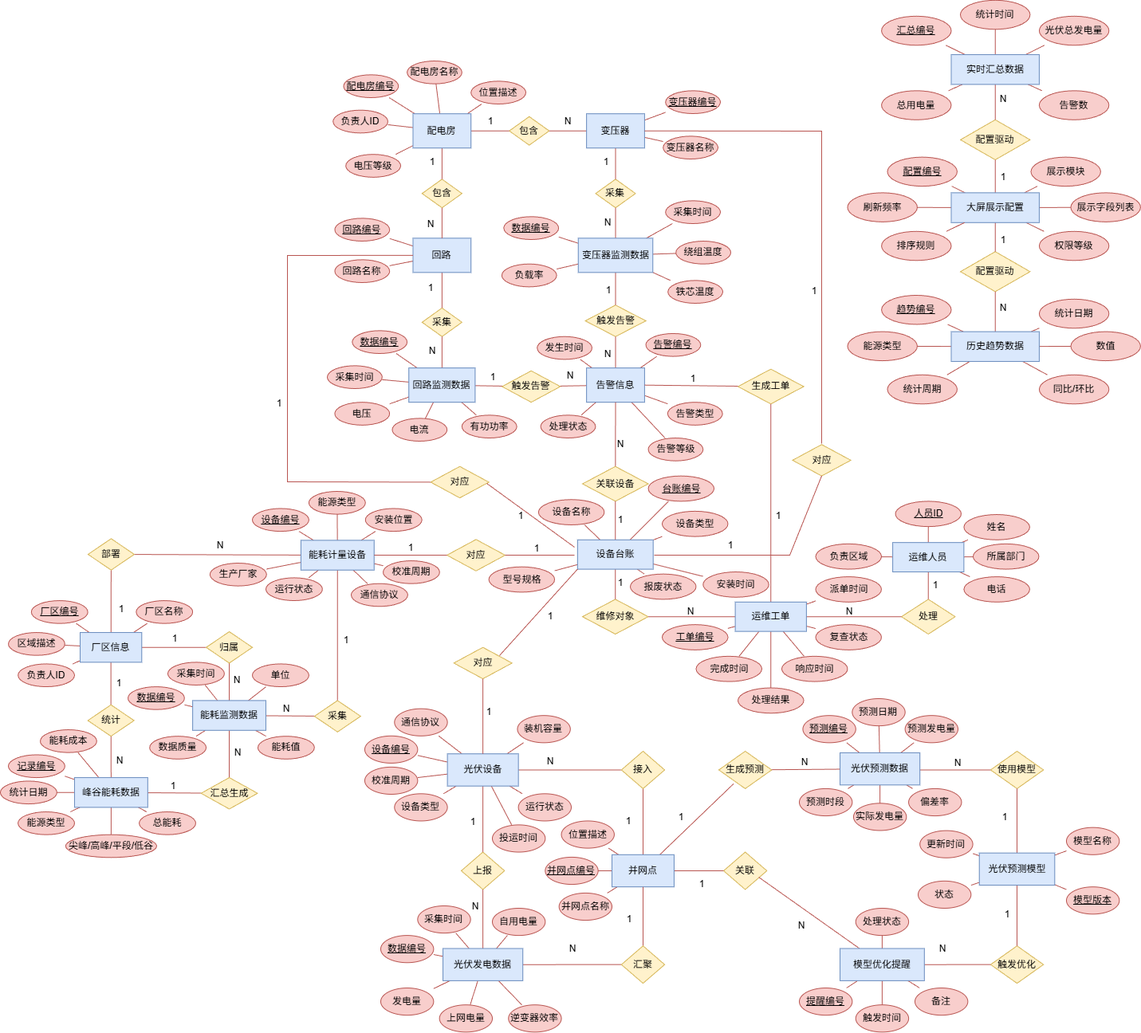
Earlier version of the draw.io export 局部、全局ER图、UML类图/全局ER图.png (Instuel/2025-BFU-SQL). Source tidied: cells renumbered, new cells last; positions are measured from the earlier drawing's top-left corner, leaving out a move shared by most shapes.
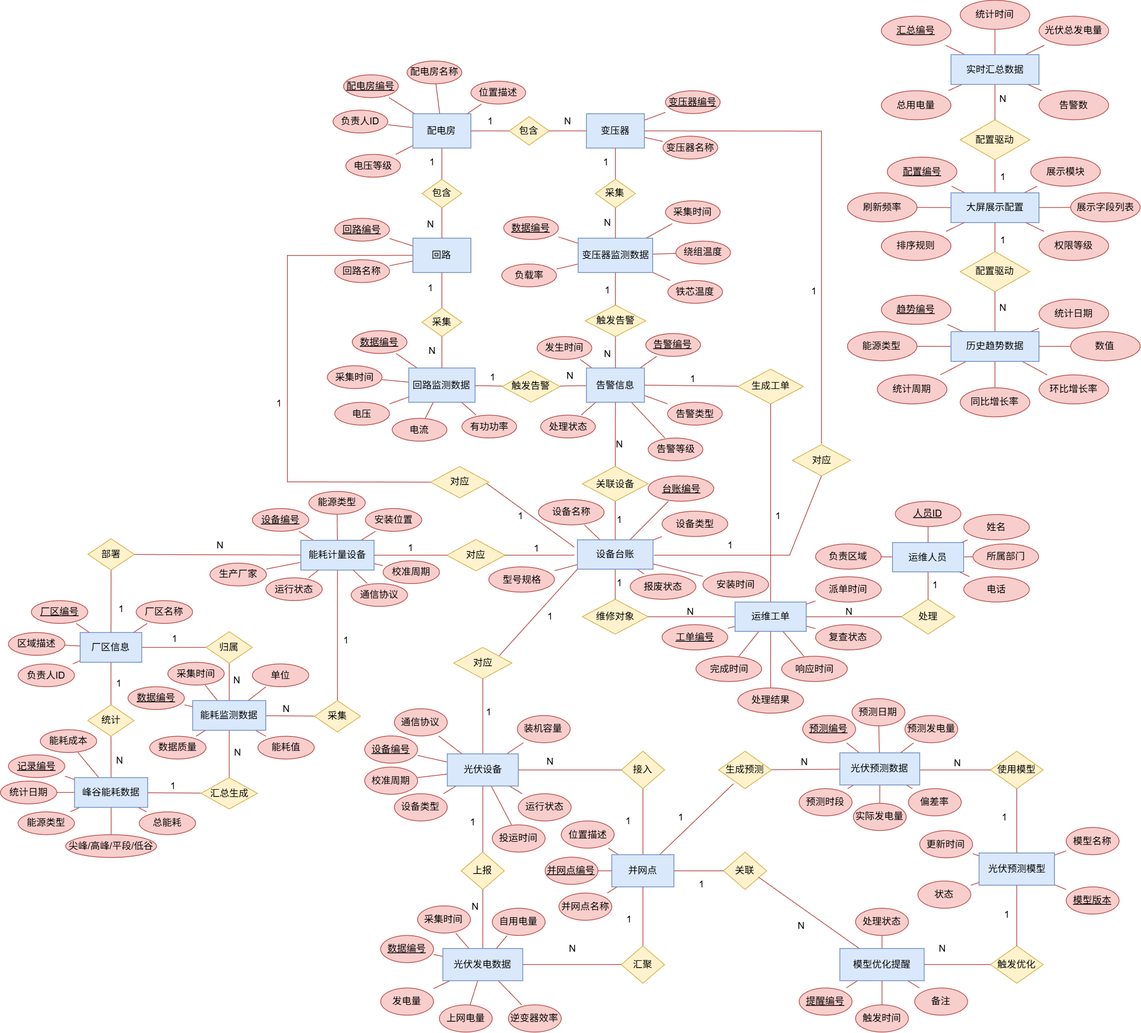
The same file after the commit.

Change to the diagram source:
```diff
@@ -1010,7 +1010,7 @@
       <mxGeometry x="244.7" y="686.2" width="70" height="22" as="geometry" />
     </mxCell>
     <mxCell id="335" style="group;" parent="2" vertex="1">
-      <mxGeometry x="652.5" y="-76.2" width="367.4" height="506.5" as="geometry" />
+      <mxGeometry x="652.5" y="-76.2" width="367.4" height="522.7" as="geometry" />
     </mxCell>
     <mxCell id="336" value="配置驱动" style="shape=rhombus;whiteSpace=wrap;html=1;align=center;verticalAlign=middle;fillColor=#fff2cc;strokeColor=#d6b656;" parent="335" vertex="1">
       <mxGeometry x="141.5" y="150" width="87.4" height="50.2" as="geometry" />
@@ -1055,7 +1055,7 @@
       <mxGeometry y="415.8" width="87.4" height="36.5" as="geometry" />
     </mxCell>
     <mxCell id="350" value="统计周期" style="shape=ellipse;whiteSpace=wrap;html=1;align=center;verticalAlign=middle;fillColor=#f8cecc;strokeColor=#b85450;" parent="335" vertex="1">
-      <mxGeometry x="50" y="470" width="87.4" height="36.5" as="geometry" />
+      <mxGeometry x="37.5" y="470" width="87.4" height="36.5" as="geometry" />
     </mxCell>
     <mxCell id="351" value="统计日期" style="shape=ellipse;whiteSpace=wrap;html=1;align=center;verticalAlign=middle;fillColor=#f8cecc;strokeColor=#b85450;" parent="335" vertex="1">
       <mxGeometry x="240.4" y="375" width="87.4" height="36.5" as="geometry" />
@@ -1063,7 +1063,7 @@
     <mxCell id="352" value="数值" style="shape=ellipse;whiteSpace=wrap;html=1;align=center;verticalAlign=middle;fillColor=#f8cecc;strokeColor=#b85450;" parent="335" vertex="1">
       <mxGeometry x="280" y="415.8" width="87.4" height="36.5" as="geometry" />
     </mxCell>
-    <mxCell id="353" value="同比/环比" style="shape=ellipse;whiteSpace=wrap;html=1;align=center;verticalAlign=middle;fillColor=#f8cecc;strokeColor=#b85450;" parent="335" vertex="1">
+    <mxCell id="353" value="环比增长率" style="shape=ellipse;whiteSpace=wrap;html=1;align=center;verticalAlign=middle;fillColor=#f8cecc;strokeColor=#b85450;" parent="335" vertex="1">
       <mxGeometry x="240.4" y="470" width="87.4" height="36.5" as="geometry" />
     </mxCell>
     <mxCell id="354" style="endArrow=none;startArrow=none;html=1;rounded=0;fillColor=#f8cecc;strokeColor=#b85450;" parent="335" edge="1" source="375" target="336">
@@ -1156,6 +1156,12 @@
     <mxCell id="383" value="1" style="text;html=1;align=center;verticalAlign=middle;whiteSpace=wrap;" parent="335" vertex="1">
       <mxGeometry x="160" y="290" width="70" height="22" as="geometry" />
     </mxCell>
+    <mxCell id="394" value="同比增长率" style="shape=ellipse;whiteSpace=wrap;html=1;align=center;verticalAlign=middle;fillColor=#f8cecc;strokeColor=#b85450;" parent="335" vertex="1">
+      <mxGeometry x="141.5" y="486.2" width="87.4" height="36.5" as="geometry" />
+    </mxCell>
+    <mxCell id="395" style="endArrow=none;startArrow=none;html=1;rounded=0;fillColor=#f8cecc;strokeColor=#b85450;" parent="335" edge="1" source="377" target="394">
+      <mxGeometry relative="1" as="geometry" />
+    </mxCell>
     <mxCell id="384" value="对应" style="shape=rhombus;whiteSpace=wrap;html=1;align=center;verticalAlign=middle;fillColor=#fff2cc;strokeColor=#d6b656;" parent="2" vertex="1">
       <mxGeometry x="583.5" y="481.2" width="73" height="39.4" as="geometry" />
     </mxCell>
```
